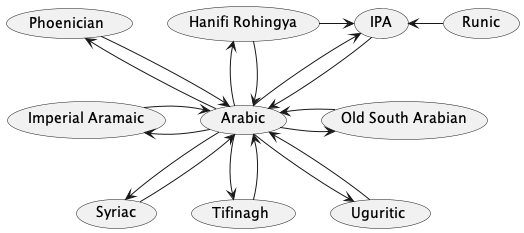
amerharb/abjad-convert keeps this PlantUML diagram as packages/abjad-convert/doc/converters.png. Above is the earlier version.
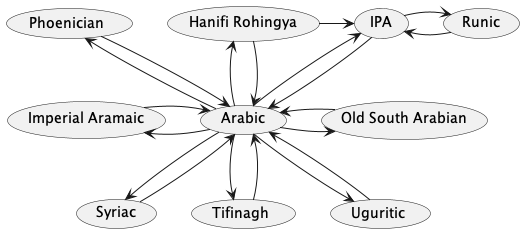
The same file after the commit.

What changed in the source:
```diff
@@ -5,6 +5,7 @@
 (Arabic) -up-> (IPA)
 (Arabic) <-up- (IPA)
 (Runic) -left-> (IPA)
+(Runic) <-left- (IPA)
 (IPA) <-left- (Hanifi Rohingya)
 (Arabic) -up-> (Phoenician)
 (Arabic) <-up- (Phoenician)
```
